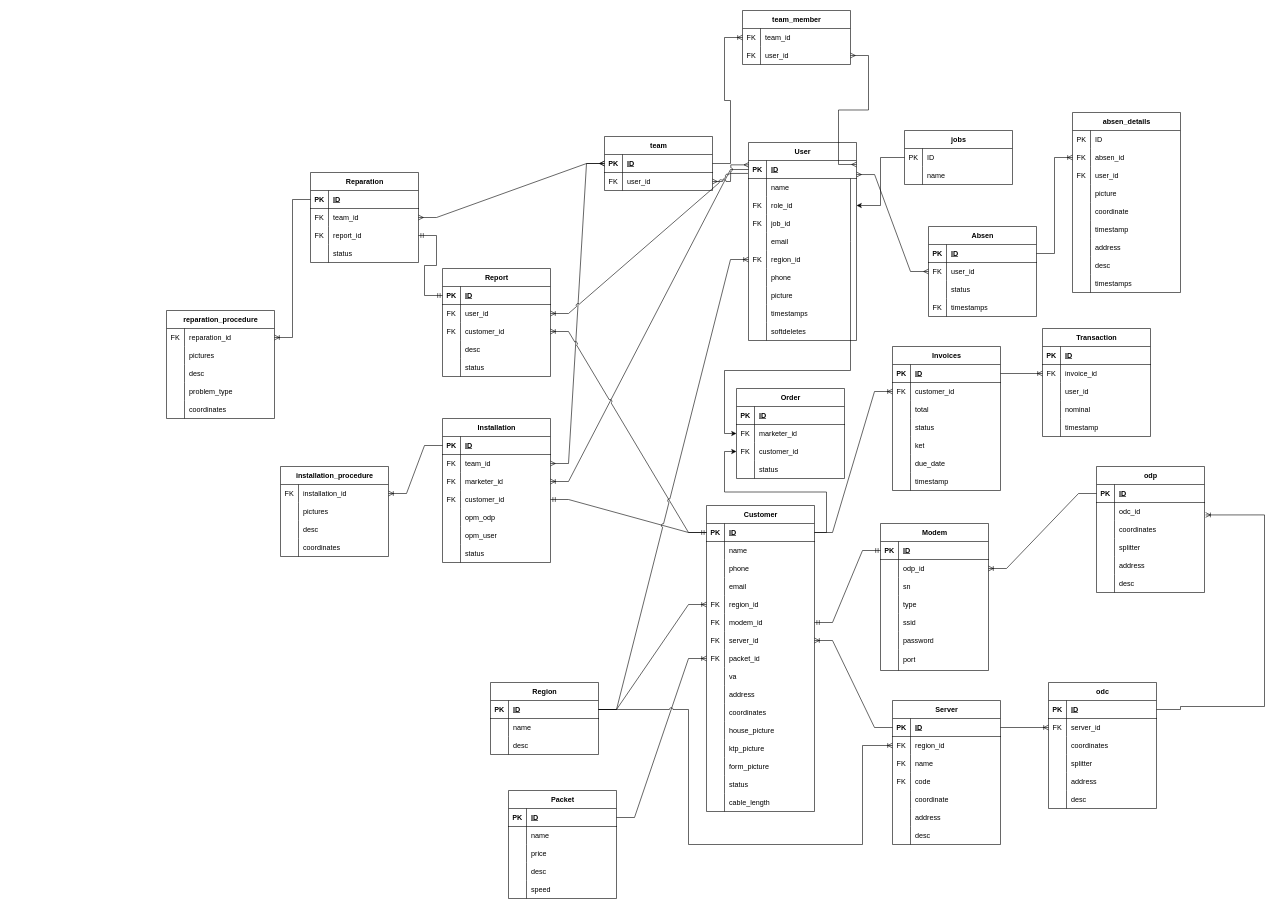
muhamadArdalepa/big-diagrams keeps this draw.io diagram as Untitled Diagram.drawio. Above is the earlier version. Source tidied: cells renumbered, new cells numbered last; positions are measured from the earlier drawing's top-left corner, leaving out a move shared by most shapes. Both pictures are drawn from the tidied source at 60%, with x=0, y=0 at pixel (166, 10).
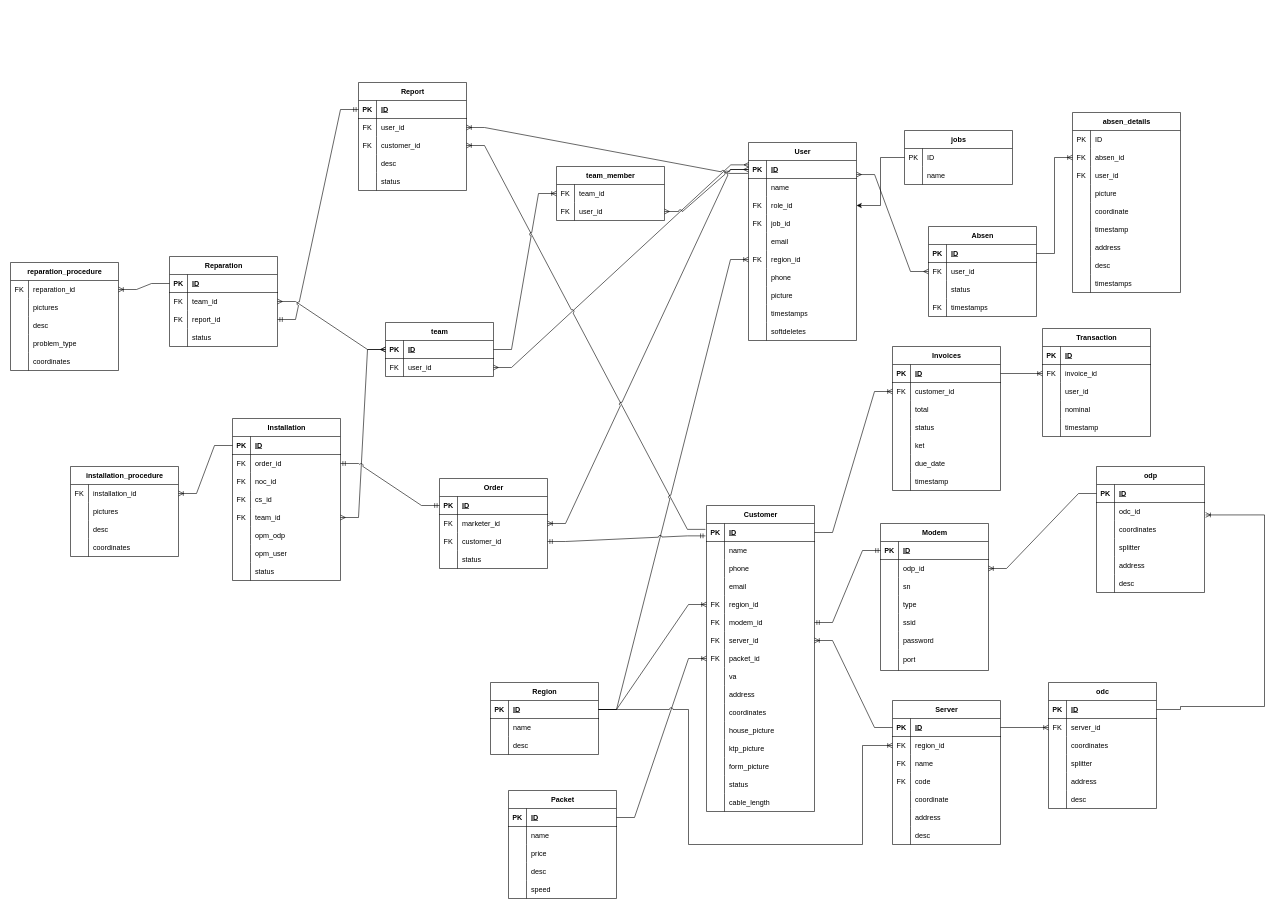
Above is the later version.

Unchanged cells that the change refers to:
```xml
<mxCell id="3" style="shape=tableRow;horizontal=0;startSize=0;swimlaneHead=0;swimlaneBody=0;fillColor=none;points=[[0,0.5],[1,0.5]];portConstraint=eastwest;top=0;left=0;right=0;bottom=1;" parent="2" vertex="1">
  <mxGeometry y="30" width="180" height="30" as="geometry" />
</mxCell>
<mxCell id="85" style="shape=tableRow;horizontal=0;startSize=0;swimlaneHead=0;swimlaneBody=0;fillColor=none;points=[[0,0.5],[1,0.5]];portConstraint=eastwest;top=0;left=0;right=0;bottom=1;" parent="84" vertex="1">
  <mxGeometry y="30" width="180" height="30" as="geometry" />
</mxCell>
<mxCell id="275" style="shape=tableRow;horizontal=0;startSize=0;swimlaneHead=0;swimlaneBody=0;fillColor=none;points=[[0,0.5],[1,0.5]];portConstraint=eastwest;top=0;left=0;right=0;bottom=1;" parent="274" vertex="1">
  <mxGeometry y="30" width="180" height="30" as="geometry" />
</mxCell>
<mxCell id="282" style="shape=tableRow;horizontal=0;startSize=0;swimlaneHead=0;swimlaneBody=0;fillColor=none;points=[[0,0.5],[1,0.5]];portConstraint=eastwest;top=0;left=0;right=0;bottom=0;" parent="281" vertex="1">
  <mxGeometry y="30" width="180" height="30" as="geometry" />
</mxCell>
<mxCell id="285" style="shape=tableRow;horizontal=0;startSize=0;swimlaneHead=0;swimlaneBody=0;fillColor=none;points=[[0,0.5],[1,0.5]];portConstraint=eastwest;top=0;left=0;right=0;bottom=0;" parent="281" vertex="1">
  <mxGeometry y="60" width="180" height="30" as="geometry" />
</mxCell>
<mxCell id="302" style="shape=tableRow;horizontal=0;startSize=0;swimlaneHead=0;swimlaneBody=0;fillColor=none;points=[[0,0.5],[1,0.5]];portConstraint=eastwest;top=0;left=0;right=0;bottom=0;" parent="295" vertex="1">
  <mxGeometry y="90" width="180" height="30" as="geometry" />
</mxCell>
<mxCell id="330" style="shape=tableRow;horizontal=0;startSize=0;swimlaneHead=0;swimlaneBody=0;fillColor=none;points=[[0,0.5],[1,0.5]];portConstraint=eastwest;top=0;left=0;right=0;bottom=1;" parent="329" vertex="1">
  <mxGeometry y="30" width="180" height="30" as="geometry" />
</mxCell>
<mxCell id="333" style="shape=tableRow;horizontal=0;startSize=0;swimlaneHead=0;swimlaneBody=0;fillColor=none;points=[[0,0.5],[1,0.5]];portConstraint=eastwest;top=0;left=0;right=0;bottom=0;" parent="329" vertex="1">
  <mxGeometry y="60" width="180" height="30" as="geometry" />
</mxCell>
<mxCell id="336" style="shape=tableRow;horizontal=0;startSize=0;swimlaneHead=0;swimlaneBody=0;fillColor=none;points=[[0,0.5],[1,0.5]];portConstraint=eastwest;top=0;left=0;right=0;bottom=0;" parent="329" vertex="1">
  <mxGeometry y="90" width="180" height="30" as="geometry" />
</mxCell>
```

What changed in the source:
```diff
@@
     <mxCell id="215" value="Installation" style="shape=table;startSize=30;childLayout=tableLayout;rowLines=0;fontStyle=1;align=center;html=1;" parent="1" vertex="1">
-      <mxGeometry x="460" y="680" width="180" height="240" as="geometry" />
+      <mxGeometry x="110" y="680" width="180" height="270" as="geometry" />
     </mxCell>
@@
+    <mxCell id="222" style="shape=tableRow;horizontal=0;startSize=0;swimlaneHead=0;swimlaneBody=0;fillColor=none;points=[[0,0.5],[1,0.5]];portConstraint=eastwest;top=0;left=0;right=0;bottom=0;" parent="215" vertex="1">
+      <mxGeometry y="60" width="180" height="30" as="geometry" />
+    </mxCell>
+    <mxCell id="223" value="FK" style="shape=partialRectangle;fillColor=none;top=0;left=0;bottom=0;right=0;overflow=hidden;whiteSpace=wrap;html=1;" parent="222" vertex="1">
+      <mxGeometry width="30" height="30" as="geometry" />
+    </mxCell>
+    <mxCell id="224" value="order_id" style="shape=partialRectangle;fillColor=none;top=0;left=0;bottom=0;right=0;align=left;spacingLeft=6;overflow=hidden;whiteSpace=wrap;html=1;" parent="222" vertex="1">
+      <mxGeometry x="30" width="150" height="30" as="geometry" />
+    </mxCell>
+    <mxCell id="412" style="shape=tableRow;horizontal=0;startSize=0;swimlaneHead=0;swimlaneBody=0;fillColor=none;top=0;left=0;right=0;bottom=0;" parent="215" vertex="1">
+      <mxGeometry y="90" width="180" height="30" as="geometry" />
+    </mxCell>
+    <mxCell id="413" value="FK" style="shape=partialRectangle;fillColor=none;top=0;left=0;bottom=0;right=0;overflow=hidden;whiteSpace=wrap;html=1;" parent="412" vertex="1">
+      <mxGeometry width="30" height="30" as="geometry" />
+    </mxCell>
+    <mxCell id="414" value="noc_id" style="shape=partialRectangle;fillColor=none;top=0;left=0;bottom=0;right=0;align=left;spacingLeft=6;overflow=hidden;whiteSpace=wrap;html=1;" parent="412" vertex="1">
+      <mxGeometry x="30" width="150" height="30" as="geometry" />
+    </mxCell>
+    <mxCell id="225" style="shape=tableRow;horizontal=0;startSize=0;swimlaneHead=0;swimlaneBody=0;fillColor=none;points=[[0,0.5],[1,0.5]];portConstraint=eastwest;top=0;left=0;right=0;bottom=0;" parent="215" vertex="1">
+      <mxGeometry y="120" width="180" height="30" as="geometry" />
+    </mxCell>
+    <mxCell id="415" value="FK" style="shape=partialRectangle;fillColor=none;top=0;left=0;bottom=0;right=0;overflow=hidden;whiteSpace=wrap;html=1;" parent="225" vertex="1">
+      <mxGeometry width="30" height="30" as="geometry" />
+    </mxCell>
+    <mxCell id="416" value="cs_id" style="shape=partialRectangle;fillColor=none;top=0;left=0;bottom=0;right=0;align=left;spacingLeft=6;overflow=hidden;whiteSpace=wrap;html=1;" parent="225" vertex="1">
+      <mxGeometry x="30" width="150" height="30" as="geometry" />
+    </mxCell>
     <mxCell id="219" style="shape=tableRow;horizontal=0;startSize=0;swimlaneHead=0;swimlaneBody=0;fillColor=none;points=[[0,0.5],[1,0.5]];portConstraint=eastwest;top=0;left=0;right=0;bottom=0;" parent="215" vertex="1">
-      <mxGeometry y="60" width="180" height="30" as="geometry" />
+      <mxGeometry y="150" width="180" height="30" as="geometry" />
     </mxCell>
@@
-    <mxCell id="222" style="shape=tableRow;horizontal=0;startSize=0;swimlaneHead=0;swimlaneBody=0;fillColor=none;points=[[0,0.5],[1,0.5]];portConstraint=eastwest;top=0;left=0;right=0;bottom=0;" parent="215" vertex="1">
-      <mxGeometry y="90" width="180" height="30" as="geometry" />
-    </mxCell>
-    <mxCell id="223" value="FK" style="shape=partialRectangle;fillColor=none;top=0;left=0;bottom=0;right=0;overflow=hidden;whiteSpace=wrap;html=1;" parent="222" vertex="1">
-      <mxGeometry width="30" height="30" as="geometry" />
-    </mxCell>
-    <mxCell id="224" value="marketer_id" style="shape=partialRectangle;fillColor=none;top=0;left=0;bottom=0;right=0;align=left;spacingLeft=6;overflow=hidden;whiteSpace=wrap;html=1;" parent="222" vertex="1">
-      <mxGeometry x="30" width="150" height="30" as="geometry" />
-    </mxCell>
-    <mxCell id="225" style="shape=tableRow;horizontal=0;startSize=0;swimlaneHead=0;swimlaneBody=0;fillColor=none;points=[[0,0.5],[1,0.5]];portConstraint=eastwest;top=0;left=0;right=0;bottom=0;" parent="215" vertex="1">
-      <mxGeometry y="120" width="180" height="30" as="geometry" />
-    </mxCell>
-    <mxCell id="226" value="FK" style="shape=partialRectangle;fillColor=none;top=0;left=0;bottom=0;right=0;overflow=hidden;whiteSpace=wrap;html=1;" parent="225" vertex="1">
-      <mxGeometry width="30" height="30" as="geometry" />
-    </mxCell>
-    <mxCell id="227" value="customer_id" style="shape=partialRectangle;fillColor=none;top=0;left=0;bottom=0;right=0;align=left;spacingLeft=6;overflow=hidden;whiteSpace=wrap;html=1;" parent="225" vertex="1">
-      <mxGeometry x="30" width="150" height="30" as="geometry" />
-    </mxCell>
     <mxCell id="228" style="shape=tableRow;horizontal=0;startSize=0;swimlaneHead=0;swimlaneBody=0;fillColor=none;top=0;left=0;right=0;bottom=0;" parent="215" vertex="1">
-      <mxGeometry y="150" width="180" height="30" as="geometry" />
+      <mxGeometry y="180" width="180" height="30" as="geometry" />
     </mxCell>
@@
     <mxCell id="231" style="shape=tableRow;horizontal=0;startSize=0;swimlaneHead=0;swimlaneBody=0;fillColor=none;top=0;left=0;right=0;bottom=0;" parent="215" vertex="1">
-      <mxGeometry y="180" width="180" height="30" as="geometry" />
+      <mxGeometry y="210" width="180" height="30" as="geometry" />
     </mxCell>
@@
     <mxCell id="234" style="shape=tableRow;horizontal=0;startSize=0;swimlaneHead=0;swimlaneBody=0;fillColor=none;top=0;left=0;right=0;bottom=0;" parent="215" vertex="1">
-      <mxGeometry y="210" width="180" height="30" as="geometry" />
+      <mxGeometry y="240" width="180" height="30" as="geometry" />
     </mxCell>
@@
     <mxCell id="253" value="reparation_procedure" style="shape=table;startSize=30;childLayout=tableLayout;rowLines=0;fontStyle=1;align=center;html=1;" parent="1" vertex="1">
-      <mxGeometry y="500" width="180" height="180" as="geometry" />
+      <mxGeometry x="-260" y="420" width="180" height="180" as="geometry" />
     </mxCell>
@@
-    <mxCell id="269" style="edgeStyle=entityRelationEdgeStyle;fontSize=12;html=1;endArrow=ERmandOne;startArrow=ERmandOne;rounded=0;labelBackgroundColor=default;strokeColor=default;align=center;verticalAlign=middle;fontFamily=Helvetica;fontColor=default;shape=connector;jumpStyle=arc;entryX=0;entryY=0.5;entryDx=0;entryDy=0;exitX=1;exitY=0.5;exitDx=0;exitDy=0;" parent="1" edge="1" source="225" target="85">
-      <mxGeometry relative="1" as="geometry" />
-    </mxCell>
@@
-    <mxCell id="273" style="edgeStyle=entityRelationEdgeStyle;fontSize=12;html=1;endArrow=ERoneToMany;rounded=0;labelBackgroundColor=default;strokeColor=default;align=center;verticalAlign=middle;fontFamily=Helvetica;fontColor=default;shape=connector;jumpStyle=arc;entryX=1;entryY=0.5;entryDx=0;entryDy=0;exitX=0;exitY=0.5;exitDx=0;exitDy=0;" parent="1" edge="1" source="3" target="222">
-      <mxGeometry relative="1" as="geometry" />
-    </mxCell>
     <mxCell id="274" value="team" style="shape=table;startSize=30;childLayout=tableLayout;rowLines=0;fontStyle=1;align=center;html=1;" parent="1" vertex="1">
-      <mxGeometry x="730" y="210" width="180" height="90" as="geometry" />
+      <mxGeometry x="365" y="520" width="180" height="90" as="geometry" />
     </mxCell>
@@
     <mxCell id="281" value="team_member" style="shape=table;startSize=30;childLayout=tableLayout;rowLines=0;fontStyle=1;align=center;html=1;" parent="1" vertex="1">
-      <mxGeometry x="960" width="180" height="90" as="geometry" />
+      <mxGeometry x="650" y="260" width="180" height="90" as="geometry" />
     </mxCell>
@@
-    <mxCell id="288" style="edgeStyle=entityRelationEdgeStyle;fontSize=12;html=1;endArrow=ERoneToMany;rounded=0;labelBackgroundColor=default;strokeColor=default;align=center;verticalAlign=middle;fontFamily=Helvetica;fontColor=default;shape=connector;jumpStyle=arc;exitX=1;exitY=0.5;exitDx=0;exitDy=0;entryX=0;entryY=0.5;entryDx=0;entryDy=0;" parent="1" edge="1" source="275" target="282">
-      <mxGeometry relative="1" as="geometry" />
-    </mxCell>
@@
     <mxCell id="295" value="Report" style="shape=table;startSize=30;childLayout=tableLayout;rowLines=0;fontStyle=1;align=center;html=1;" parent="1" vertex="1">
-      <mxGeometry x="460" y="430" width="180" height="180" as="geometry" />
+      <mxGeometry x="320" y="120" width="180" height="180" as="geometry" />
     </mxCell>
@@
-    <mxCell id="311" style="edgeStyle=entityRelationEdgeStyle;fontSize=12;html=1;endArrow=ERoneToMany;rounded=0;labelBackgroundColor=default;strokeColor=default;align=center;verticalAlign=middle;fontFamily=Helvetica;fontColor=default;shape=connector;jumpStyle=arc;exitX=0;exitY=0.5;exitDx=0;exitDy=0;entryX=1;entryY=0.5;entryDx=0;entryDy=0;" parent="1" edge="1" source="85" target="302">
+    <mxCell id="311" style="edgeStyle=entityRelationEdgeStyle;fontSize=12;html=1;endArrow=ERoneToMany;rounded=0;labelBackgroundColor=default;strokeColor=default;align=center;verticalAlign=middle;fontFamily=Helvetica;fontColor=default;shape=connector;jumpStyle=arc;exitX=-0.01;exitY=0.327;exitDx=0;exitDy=0;entryX=1;entryY=0.5;entryDx=0;entryDy=0;exitPerimeter=0;" parent="1" edge="1" source="85" target="302">
       <mxGeometry relative="1" as="geometry" />
     </mxCell>
@@
     <mxCell id="314" value="Reparation" style="shape=table;startSize=30;childLayout=tableLayout;rowLines=0;fontStyle=1;align=center;html=1;" parent="1" vertex="1">
-      <mxGeometry x="240" y="270" width="180" height="150" as="geometry" />
+      <mxGeometry x="5" y="410" width="180" height="150" as="geometry" />
     </mxCell>
@@
     <mxCell id="329" value="Order" style="shape=table;startSize=30;childLayout=tableLayout;rowLines=0;fontStyle=1;align=center;html=1;" parent="1" vertex="1">
-      <mxGeometry x="950" y="630" width="180" height="150" as="geometry" />
+      <mxGeometry x="455" y="780" width="180" height="150" as="geometry" />
     </mxCell>
@@
-    <mxCell id="342" style="edgeStyle=orthogonalEdgeStyle;rounded=0;jettySize=auto;html=1;entryX=0;entryY=0.5;entryDx=0;entryDy=0;" parent="1" edge="1" source="85" target="336">
-      <mxGeometry relative="1" as="geometry" />
-    </mxCell>
-    <mxCell id="343" style="edgeStyle=orthogonalEdgeStyle;rounded=0;jettySize=auto;html=1;entryX=0;entryY=0.5;entryDx=0;entryDy=0;" parent="1" edge="1" source="3" target="333">
-      <mxGeometry relative="1" as="geometry">
-        <Array as="points">
-          <mxPoint x="1140" y="385" />
-          <mxPoint x="1140" y="600" />
-          <mxPoint x="930" y="600" />
-          <mxPoint x="930" y="685" />
-        </Array>
-      </mxGeometry>
-    </mxCell>
@@
-    <mxCell id="387" style="edgeStyle=entityRelationEdgeStyle;fontSize=12;html=1;endArrow=ERmany;startArrow=ERmany;rounded=0;labelBackgroundColor=default;strokeColor=default;align=center;verticalAlign=middle;fontFamily=Helvetica;fontColor=default;shape=connector;jumpStyle=arc;exitX=1;exitY=0.222;exitDx=0;exitDy=0;exitPerimeter=0;" parent="1" edge="1" source="3" target="285">
+    <mxCell id="387" style="edgeStyle=entityRelationEdgeStyle;fontSize=12;html=1;endArrow=ERmany;startArrow=ERmany;rounded=0;labelBackgroundColor=default;strokeColor=default;align=center;verticalAlign=middle;fontFamily=Helvetica;fontColor=default;shape=connector;jumpStyle=arc;exitX=0;exitY=0.5;exitDx=0;exitDy=0;" parent="1" edge="1" source="3" target="285">
       <mxGeometry relative="1" as="geometry">
         <Array as="points">
           <mxPoint x="1190" y="300" />
           <mxPoint x="1170" y="320" />
           <mxPoint x="1180" y="360" />
         </Array>
       </mxGeometry>
     </mxCell>
@@
     <mxCell id="391" value="installation_procedure" style="shape=table;startSize=30;childLayout=tableLayout;rowLines=0;fontStyle=1;align=center;html=1;" parent="1" vertex="1">
-      <mxGeometry x="190" y="760" width="180" height="150" as="geometry" />
+      <mxGeometry x="-160" y="760" width="180" height="150" as="geometry" />
     </mxCell>
@@
+    <mxCell id="417" style="edgeStyle=entityRelationEdgeStyle;fontSize=12;html=1;endArrow=ERmandOne;startArrow=ERmandOne;rounded=0;exitX=1;exitY=0.5;exitDx=0;exitDy=0;entryX=-0.01;entryY=0.687;entryDx=0;entryDy=0;entryPerimeter=0;jumpStyle=arc;" parent="1" edge="1" source="336" target="85">
+      <mxGeometry relative="1" as="geometry" />
+    </mxCell>
+    <mxCell id="343" style="edgeStyle=entityRelationEdgeStyle;fontSize=12;html=1;endArrow=ERoneToMany;rounded=0;labelBackgroundColor=default;strokeColor=default;align=center;verticalAlign=middle;fontFamily=Helvetica;fontColor=default;shape=connector;jumpStyle=arc;exitX=0;exitY=0.5;exitDx=0;exitDy=0;entryX=1;entryY=0.5;entryDx=0;entryDy=0;" parent="1" edge="1" source="3" target="333">
+      <mxGeometry relative="1" as="geometry" />
+    </mxCell>
+    <mxCell id="418" style="edgeStyle=entityRelationEdgeStyle;fontSize=12;html=1;endArrow=ERmandOne;startArrow=ERmandOne;rounded=0;exitX=1;exitY=0.5;exitDx=0;exitDy=0;entryX=0;entryY=0.5;entryDx=0;entryDy=0;jumpStyle=arc;" parent="1" edge="1" source="222" target="330">
+      <mxGeometry relative="1" as="geometry" />
+    </mxCell>
+    <mxCell id="288" style="edgeStyle=entityRelationEdgeStyle;fontSize=12;html=1;endArrow=ERoneToMany;rounded=0;labelBackgroundColor=default;strokeColor=default;align=center;verticalAlign=middle;fontFamily=Helvetica;fontColor=default;shape=connector;jumpStyle=arc;entryX=0;entryY=0.5;entryDx=0;entryDy=0;exitX=1;exitY=0.5;exitDx=0;exitDy=0;" parent="1" edge="1" source="275" target="282">
+      <mxGeometry relative="1" as="geometry">
+        <Array as="points">
+          <mxPoint x="520" y="-210" />
+          <mxPoint x="460" y="-220" />
+          <mxPoint x="480" y="-220" />
+          <mxPoint x="510" y="-80" />
+        </Array>
+      </mxGeometry>
+    </mxCell>
```
